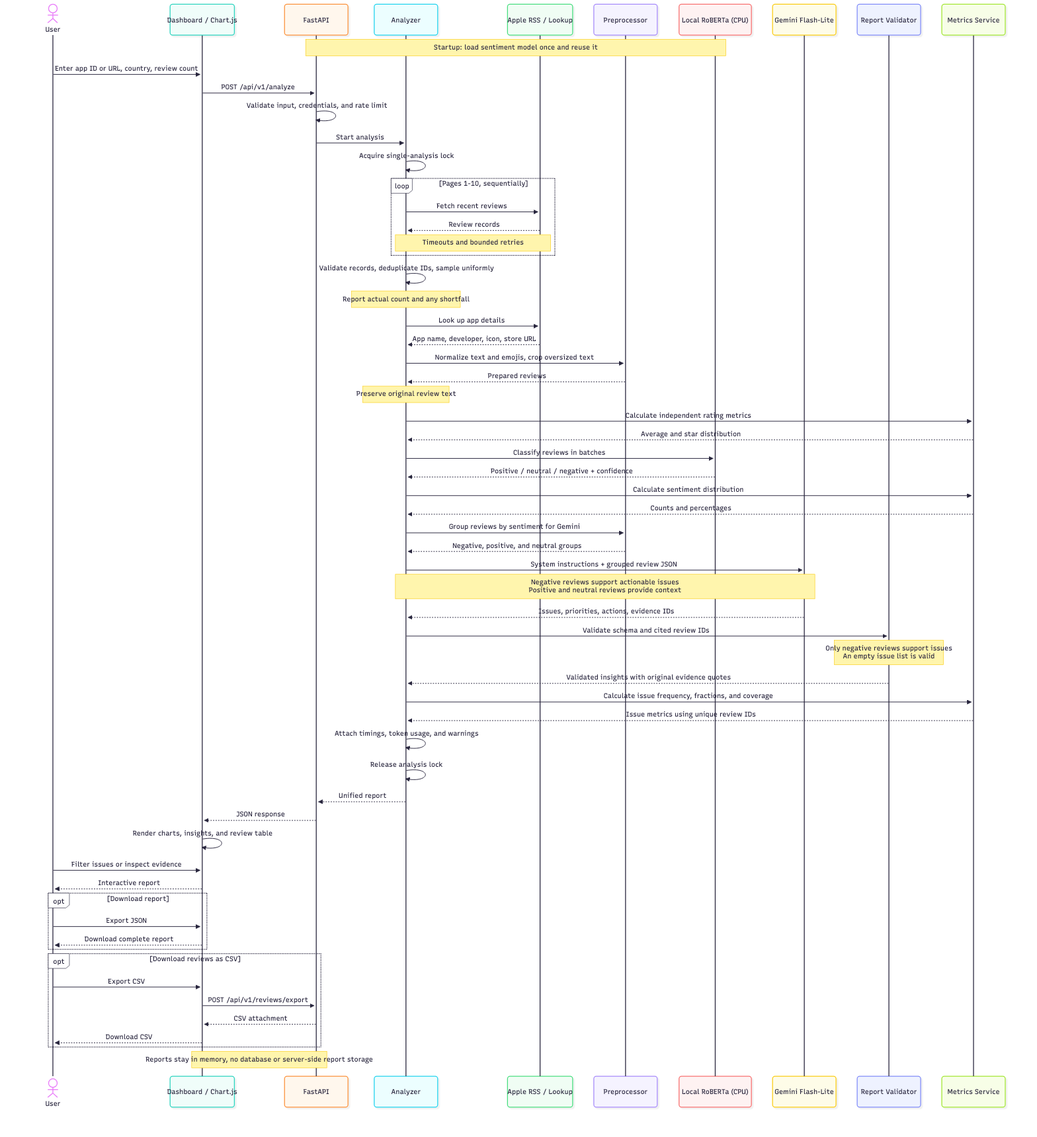
Before: docs/sequence.png, a diagram exported from Mermaid (Qizix/as-review-analizator). Its source is kept beside it as docs/sequence.mmd. Its diagram source:
```mermaid
sequenceDiagram
    actor User
    participant UI as Dashboard / Chart.js
    participant API as FastAPI
    participant Pipeline as Analyzer
    participant Apple as Apple RSS / Lookup
    participant Prep as Preprocessor
    participant Sentiment as Local RoBERTa (CPU)
    participant Gemini as Gemini Flash-Lite
    participant Validator as Report Validator
    participant Metrics as Metrics Service

    Note over API,Sentiment: Startup: load sentiment model once and reuse it
    User->>UI: Enter app ID or URL, country, review count
    UI->>API: POST /api/v1/analyze
    API->>API: Validate input, credentials, and rate limit
    API->>Pipeline: Start analysis
    Pipeline->>Pipeline: Acquire single-analysis lock

    loop Pages 1-10, sequentially
        Pipeline->>Apple: Fetch recent reviews
        Apple-->>Pipeline: Review records
        Note over Pipeline,Apple: Timeouts and bounded retries
    end
    Pipeline->>Pipeline: Validate records, deduplicate IDs, sample uniformly
    Note over Pipeline: Report actual count and any shortfall
    Pipeline->>Apple: Look up app details
    Apple-->>Pipeline: App name, developer, icon, store URL

    Pipeline->>Prep: Normalize text and emojis, crop oversized text
    Prep-->>Pipeline: Prepared reviews
    Note over Pipeline: Preserve original review text
    Pipeline->>Metrics: Calculate independent rating metrics
    Metrics-->>Pipeline: Average and star distribution
    Pipeline->>Sentiment: Classify reviews in batches
    Sentiment-->>Pipeline: Positive / neutral / negative + confidence
    Pipeline->>Metrics: Calculate sentiment distribution
    Metrics-->>Pipeline: Counts and percentages

    Pipeline->>Prep: Group reviews by sentiment for Gemini
    Prep-->>Pipeline: Negative, positive, and neutral groups
    Pipeline->>Gemini: System instructions + grouped review JSON
    Note over Pipeline,Gemini: Negative reviews support actionable issues<br/>Positive and neutral reviews provide context
    Gemini-->>Pipeline: Issues, priorities, actions, evidence IDs
    Pipeline->>Validator: Validate schema and cited review IDs
    Note over Validator: Only negative reviews support issues<br/>An empty issue list is valid
    Validator-->>Pipeline: Validated insights with original evidence quotes
    Pipeline->>Metrics: Calculate issue frequency, fractions, and coverage
    Metrics-->>Pipeline: Issue metrics using unique review IDs

    Pipeline->>Pipeline: Attach timings, token usage, and warnings
    Pipeline->>Pipeline: Release analysis lock
    Pipeline-->>API: Unified report
    API-->>UI: JSON response
    UI->>UI: Render charts, insights, and review table
    User->>UI: Filter issues or inspect evidence
    UI-->>User: Interactive report

    opt Download report
        User->>UI: Export JSON
        UI-->>User: Download complete report
    end
    opt Download reviews as CSV
        User->>UI: Export CSV
        UI->>API: POST /api/v1/reviews/export
        API-->>UI: CSV attachment
        UI-->>User: Download CSV
    end
    Note over UI,API: Reports stay in memory, no database or server-side report storage
```
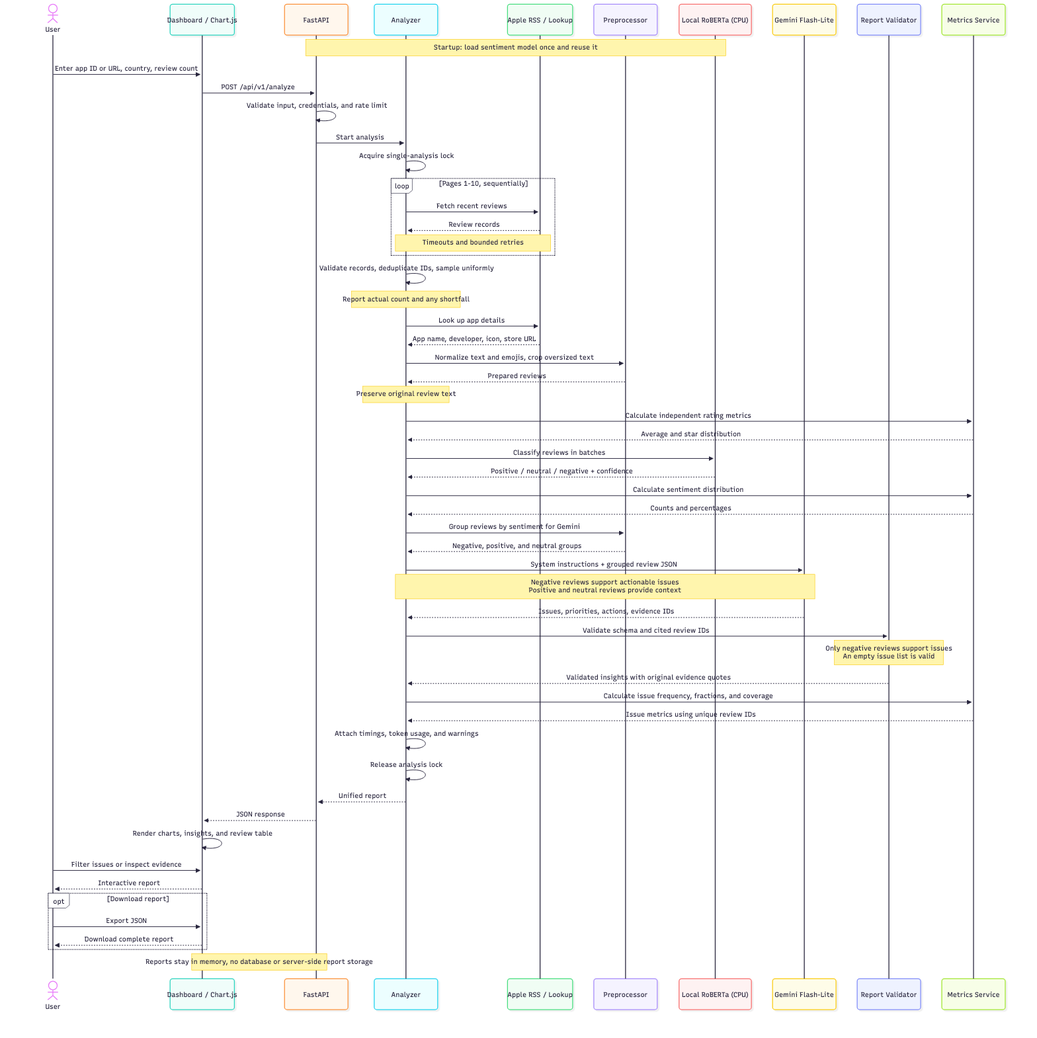
After the change.

Change to the diagram source:
```diff
@@ -60,10 +60,4 @@
         User->>UI: Export JSON
         UI-->>User: Download complete report
     end
-    opt Download reviews as CSV
-        User->>UI: Export CSV
-        UI->>API: POST /api/v1/reviews/export
-        API-->>UI: CSV attachment
-        UI-->>User: Download CSV
-    end
     Note over UI,API: Reports stay in memory, no database or server-side report storage
```
